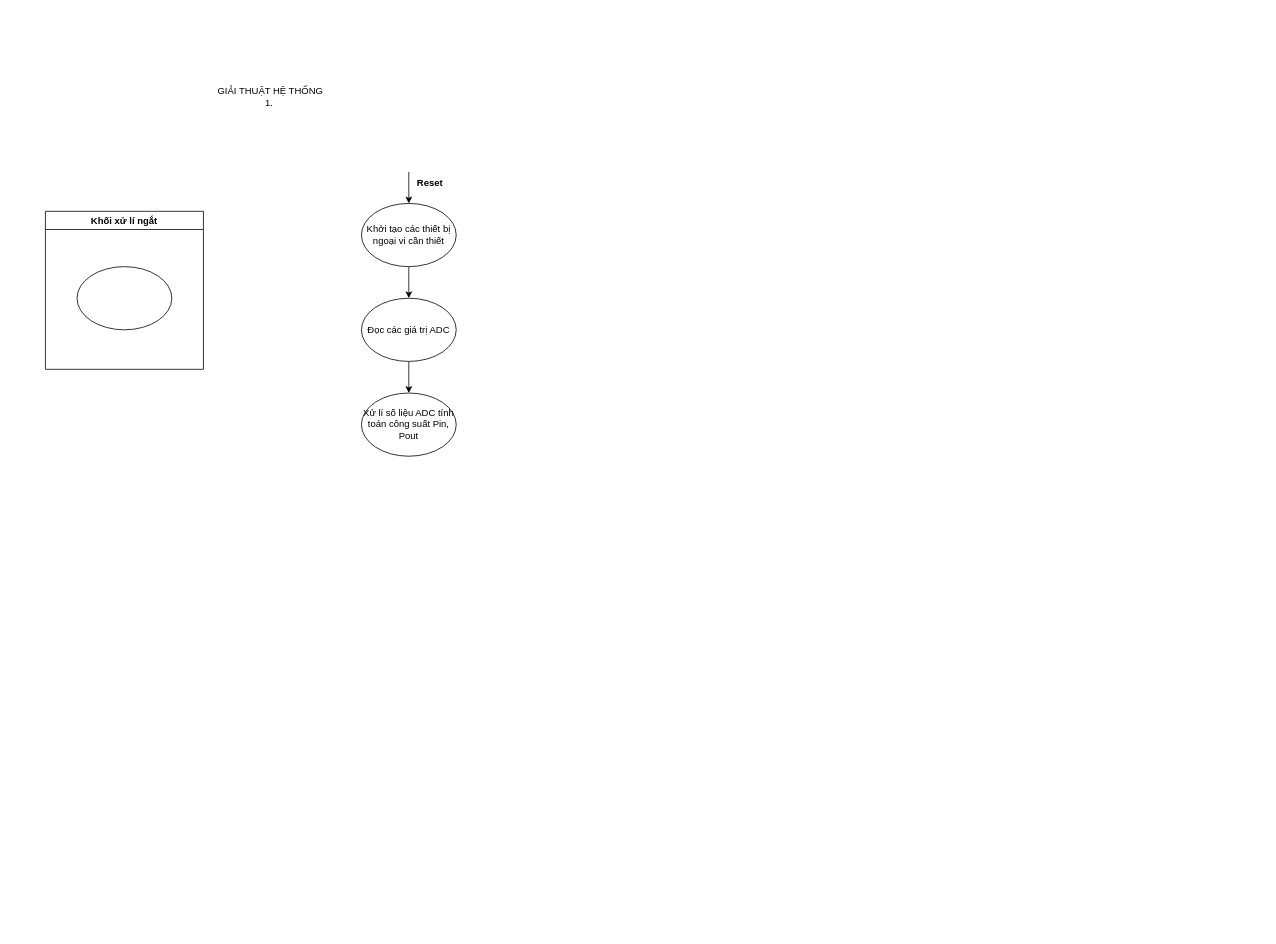
Before: project_rfs/firmware docs and API/Giải thuật MPPT.drawio in quochuymao/project232, a draw.io diagram. Source tidied: cells renumbered, new cells numbered last; positions are measured from the earlier drawing's top-left corner, leaving out a move shared by most shapes. Both pictures are drawn from the tidied source at 79%, with x=0, y=0 at pixel (45, 85).
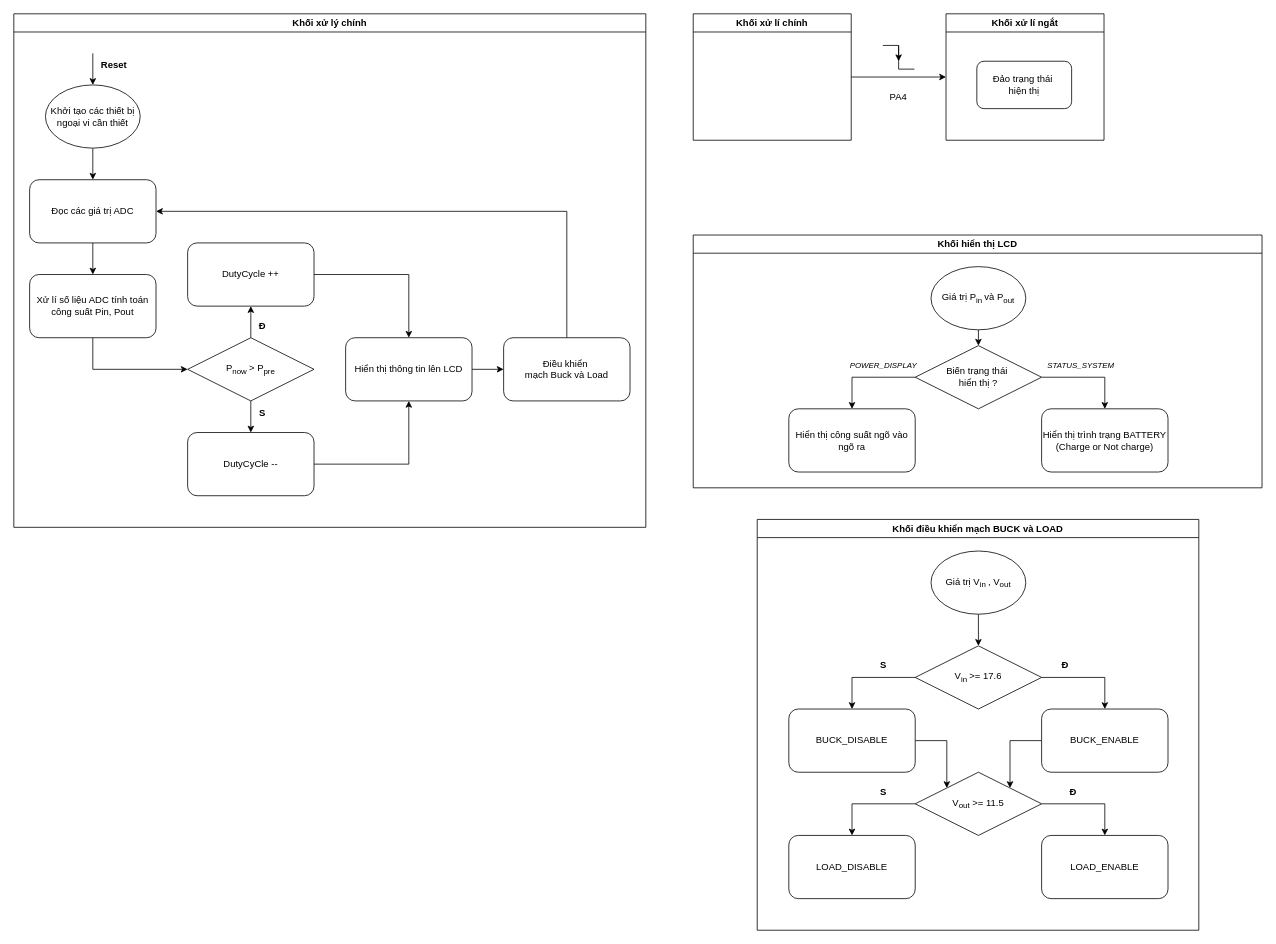
After the change.

Commit message (it also covers changes not shown here):
update flowchart for firmware

What changed in the source:
```diff
@@
-    <mxCell id="2" value="GIẢI THUẬT HỆ THỐNG&lt;div&gt;1.&amp;nbsp;&lt;/div&gt;" style="text;html=1;align=center;verticalAlign=middle;whiteSpace=wrap;rounded=0;" parent="1" vertex="1">
-      <mxGeometry x="140" width="290" height="30" as="geometry" />
-    </mxCell>
     <mxCell id="3" value="Khối xử lí ngắt" style="swimlane;whiteSpace=wrap;html=1;" parent="1" vertex="1">
-      <mxGeometry y="160" width="200" height="200" as="geometry" />
+      <mxGeometry x="1140" y="-90" width="200" height="160" as="geometry" />
     </mxCell>
-    <mxCell id="4" style="ellipse;whiteSpace=wrap;html=1;" parent="3" vertex="1">
-      <mxGeometry x="40" y="70" width="120" height="80" as="geometry" />
-    </mxCell>
+    <mxCell id="12" value="Đảo trạng thái&amp;nbsp;&lt;div&gt;hiện thị&lt;/div&gt;" style="rounded=1;whiteSpace=wrap;html=1;" parent="3" vertex="1">
+      <mxGeometry x="39" y="60" width="120" height="60" as="geometry" />
+    </mxCell>
@@
     <mxCell id="6" value="Khởi tạo các thiết bị ngoại vi cần thiết" style="ellipse;whiteSpace=wrap;html=1;" parent="1" vertex="1">
-      <mxGeometry x="400" y="150" width="120" height="80" as="geometry" />
+      <mxGeometry width="120" height="80" as="geometry" />
     </mxCell>
     <mxCell id="7" style="endArrow=classic;html=1;rounded=0;entryX=0.5;entryY=0;entryDx=0;entryDy=0;" parent="1" edge="1" target="6">
       <mxGeometry relative="1" as="geometry">
-        <mxPoint x="460" y="110" as="sourcePoint" />
+        <mxPoint x="60" y="-40" as="sourcePoint" />
       </mxGeometry>
     </mxCell>
     <mxCell id="8" value="Reset" style="text;html=1;align=center;verticalAlign=middle;whiteSpace=wrap;rounded=0;fontStyle=1;" parent="1" vertex="1">
-      <mxGeometry x="457" y="110" width="60" height="30" as="geometry" />
+      <mxGeometry x="57" y="-40" width="60" height="30" as="geometry" />
     </mxCell>
@@
-    <mxCell id="10" value="Đọc các giá trị ADC" style="ellipse;whiteSpace=wrap;html=1;" parent="1" vertex="1">
-      <mxGeometry x="400" y="270" width="120" height="80" as="geometry" />
+    <mxCell id="10" value="Đọc các giá trị ADC" style="rounded=1;whiteSpace=wrap;html=1;" parent="1" vertex="1">
+      <mxGeometry x="-20" y="120" width="160" height="80" as="geometry" />
     </mxCell>
+    <mxCell id="13" style="edgeStyle=orthogonalEdgeStyle;rounded=0;jettySize=auto;html=1;exitX=0.5;exitY=1;exitDx=0;exitDy=0;" parent="1" edge="1" source="11" target="16">
+      <mxGeometry relative="1" as="geometry" />
+    </mxCell>
-    <mxCell id="11" value="Xử lí số liệu ADC tính toán công suất Pin, Pout" style="ellipse;whiteSpace=wrap;html=1;" parent="1" vertex="1">
-      <mxGeometry x="400" y="390" width="120" height="80" as="geometry" />
+    <mxCell id="11" value="Xử lí số liệu ADC tính toán công suất Pin, Pout" style="rounded=1;whiteSpace=wrap;html=1;" parent="1" vertex="1">
+      <mxGeometry x="-20" y="240" width="160" height="80" as="geometry" />
     </mxCell>
+    <mxCell id="14" style="edgeStyle=orthogonalEdgeStyle;rounded=0;jettySize=auto;html=1;exitX=0.5;exitY=1;exitDx=0;exitDy=0;entryX=0.5;entryY=0;entryDx=0;entryDy=0;" parent="1" edge="1" source="16" target="20">
+      <mxGeometry relative="1" as="geometry" />
+    </mxCell>
+    <mxCell id="15" style="edgeStyle=orthogonalEdgeStyle;rounded=0;jettySize=auto;html=1;exitX=0.5;exitY=0;exitDx=0;exitDy=0;entryX=0.5;entryY=1;entryDx=0;entryDy=0;" parent="1" edge="1" source="16" target="18">
+      <mxGeometry relative="1" as="geometry" />
+    </mxCell>
+    <mxCell id="16" value="P&lt;sub&gt;now &lt;/sub&gt;&amp;gt; P&lt;sub&gt;pre&lt;/sub&gt;" style="rhombus;whiteSpace=wrap;html=1;" parent="1" vertex="1">
+      <mxGeometry x="180" y="320" width="160" height="80" as="geometry" />
+    </mxCell>
+    <mxCell id="17" style="edgeStyle=orthogonalEdgeStyle;rounded=0;jettySize=auto;html=1;exitX=1;exitY=0.5;exitDx=0;exitDy=0;entryX=0.5;entryY=0;entryDx=0;entryDy=0;" parent="1" edge="1" source="18" target="24">
+      <mxGeometry relative="1" as="geometry" />
+    </mxCell>
+    <mxCell id="18" value="DutyCycle ++" style="rounded=1;whiteSpace=wrap;html=1;" parent="1" vertex="1">
+      <mxGeometry x="180" y="200" width="160" height="80" as="geometry" />
+    </mxCell>
+    <mxCell id="19" style="edgeStyle=orthogonalEdgeStyle;rounded=0;jettySize=auto;html=1;exitX=1;exitY=0.5;exitDx=0;exitDy=0;entryX=0.5;entryY=1;entryDx=0;entryDy=0;" parent="1" edge="1" source="20" target="24">
+      <mxGeometry relative="1" as="geometry" />
+    </mxCell>
+    <mxCell id="20" value="DutyCyCle --" style="rounded=1;whiteSpace=wrap;html=1;" parent="1" vertex="1">
+      <mxGeometry x="180" y="440" width="160" height="80" as="geometry" />
+    </mxCell>
+    <mxCell id="21" value="Đ" style="text;html=1;align=center;verticalAlign=middle;whiteSpace=wrap;rounded=0;fontStyle=1;" parent="1" vertex="1">
+      <mxGeometry x="245" y="290" width="60" height="30" as="geometry" />
+    </mxCell>
+    <mxCell id="22" value="S" style="text;html=1;align=center;verticalAlign=middle;whiteSpace=wrap;rounded=0;fontStyle=1;" parent="1" vertex="1">
+      <mxGeometry x="245" y="400" width="60" height="30" as="geometry" />
+    </mxCell>
+    <mxCell id="23" style="edgeStyle=orthogonalEdgeStyle;rounded=0;jettySize=auto;html=1;exitX=1;exitY=0.5;exitDx=0;exitDy=0;entryX=0;entryY=0.5;entryDx=0;entryDy=0;" parent="1" edge="1" source="24" target="27">
+      <mxGeometry relative="1" as="geometry" />
+    </mxCell>
+    <mxCell id="24" value="Hiển thị thông tin lên LCD" style="rounded=1;whiteSpace=wrap;html=1;" parent="1" vertex="1">
+      <mxGeometry x="380" y="320" width="160" height="80" as="geometry" />
+    </mxCell>
+    <mxCell id="25" style="edgeStyle=orthogonalEdgeStyle;rounded=0;jettySize=auto;html=1;exitX=0.5;exitY=0;exitDx=0;exitDy=0;entryX=1;entryY=0.5;entryDx=0;entryDy=0;" parent="1" edge="1" source="27" target="10">
+      <mxGeometry relative="1" as="geometry" />
+    </mxCell>
+    <mxCell id="26" value="Khối xử lý chính" style="swimlane;whiteSpace=wrap;html=1;" parent="1" vertex="1">
+      <mxGeometry x="-40" y="-90" width="800" height="650" as="geometry" />
+    </mxCell>
+    <mxCell id="27" value="Điều khiển&amp;nbsp;&lt;div&gt;mạch Buck và Load&lt;/div&gt;" style="rounded=1;whiteSpace=wrap;html=1;" parent="26" vertex="1">
+      <mxGeometry x="620" y="410" width="160" height="80" as="geometry" />
+    </mxCell>
+    <mxCell id="28" style="group;" parent="1" vertex="1">
+      <mxGeometry x="1060" y="-50" width="40" height="30" as="geometry" />
+    </mxCell>
+    <mxCell id="29" style="endArrow=none;html=1;rounded=0;" parent="28" edge="1">
+      <mxGeometry relative="1" as="geometry">
+        <mxPoint as="sourcePoint" />
+        <mxPoint x="40" y="30" as="targetPoint" />
+        <Array as="points">
+          <mxPoint x="20" />
+          <mxPoint x="20" y="20" />
+          <mxPoint x="20" y="30" />
+        </Array>
+      </mxGeometry>
+    </mxCell>
+    <mxCell id="30" style="endArrow=classic;html=1;rounded=0;" parent="28" edge="1">
+      <mxGeometry relative="1" as="geometry">
+        <mxPoint x="20" as="sourcePoint" />
+        <mxPoint x="20" y="20" as="targetPoint" />
+      </mxGeometry>
+    </mxCell>
+    <mxCell id="31" value="PA4" style="text;html=1;align=center;verticalAlign=middle;whiteSpace=wrap;rounded=0;" parent="1" vertex="1">
+      <mxGeometry x="1050" width="60" height="30" as="geometry" />
+    </mxCell>
+    <mxCell id="32" style="edgeStyle=orthogonalEdgeStyle;rounded=0;jettySize=auto;html=1;exitX=1;exitY=0.5;exitDx=0;exitDy=0;entryX=0;entryY=0.5;entryDx=0;entryDy=0;" parent="1" edge="1" source="33" target="3">
+      <mxGeometry relative="1" as="geometry" />
+    </mxCell>
+    <mxCell id="33" value="Khối xử lí chính" style="swimlane;whiteSpace=wrap;html=1;startSize=23;" parent="1" vertex="1">
+      <mxGeometry x="820" y="-90" width="200" height="160" as="geometry" />
+    </mxCell>
+    <mxCell id="34" value="Khối hiển thị LCD" style="swimlane;whiteSpace=wrap;html=1;" parent="1" vertex="1">
+      <mxGeometry x="820" y="190" width="720" height="320" as="geometry" />
+    </mxCell>
+    <mxCell id="35" style="edgeStyle=orthogonalEdgeStyle;rounded=0;jettySize=auto;html=1;exitX=0;exitY=0.5;exitDx=0;exitDy=0;" parent="34" edge="1" source="37" target="38">
+      <mxGeometry relative="1" as="geometry" />
+    </mxCell>
+    <mxCell id="36" style="edgeStyle=orthogonalEdgeStyle;rounded=0;jettySize=auto;html=1;exitX=1;exitY=0.5;exitDx=0;exitDy=0;entryX=0.5;entryY=0;entryDx=0;entryDy=0;" parent="34" edge="1" source="37" target="39">
+      <mxGeometry relative="1" as="geometry" />
+    </mxCell>
+    <mxCell id="37" value="Biến trạng thái&amp;nbsp;&lt;div&gt;hiển thị ?&lt;/div&gt;" style="rhombus;whiteSpace=wrap;html=1;" parent="34" vertex="1">
+      <mxGeometry x="281" y="140" width="160" height="80" as="geometry" />
+    </mxCell>
+    <mxCell id="38" value="Hiển thị công suất ngõ vào ngõ ra" style="rounded=1;whiteSpace=wrap;html=1;" parent="34" vertex="1">
+      <mxGeometry x="121" y="220" width="160" height="80" as="geometry" />
+    </mxCell>
+    <mxCell id="39" value="Hiển thị trình trạng BATTERY (Charge or Not charge)" style="rounded=1;whiteSpace=wrap;html=1;" parent="34" vertex="1">
+      <mxGeometry x="441" y="220" width="160" height="80" as="geometry" />
+    </mxCell>
+    <mxCell id="40" value="&lt;i&gt;&lt;font style=&quot;font-size: 10px;&quot;&gt;POWER_DISPLAY&lt;/font&gt;&lt;/i&gt;" style="text;html=1;align=center;verticalAlign=middle;whiteSpace=wrap;rounded=0;fontColor=default;" parent="34" vertex="1">
+      <mxGeometry x="191" y="150" width="100" height="30" as="geometry" />
+    </mxCell>
+    <mxCell id="41" value="&lt;font&gt;&lt;span style=&quot;font-size: 10px;&quot;&gt;&lt;i&gt;STATUS_SYSTEM&lt;/i&gt;&lt;/span&gt;&lt;/font&gt;" style="text;html=1;align=center;verticalAlign=middle;whiteSpace=wrap;rounded=0;fontColor=default;" parent="34" vertex="1">
+      <mxGeometry x="441" y="150" width="100" height="30" as="geometry" />
+    </mxCell>
+    <mxCell id="42" style="edgeStyle=orthogonalEdgeStyle;rounded=0;jettySize=auto;html=1;exitX=0.5;exitY=1;exitDx=0;exitDy=0;entryX=0.5;entryY=0;entryDx=0;entryDy=0;" parent="34" edge="1" source="43" target="37">
+      <mxGeometry relative="1" as="geometry" />
+    </mxCell>
+    <mxCell id="43" value="Giá trị P&lt;sub&gt;in &lt;/sub&gt;và P&lt;sub&gt;out&lt;/sub&gt;" style="ellipse;whiteSpace=wrap;html=1;" parent="34" vertex="1">
+      <mxGeometry x="301" y="40" width="120" height="80" as="geometry" />
+    </mxCell>
+    <mxCell id="44" style="edgeStyle=orthogonalEdgeStyle;rounded=0;jettySize=auto;html=1;exitX=0.5;exitY=1;exitDx=0;exitDy=0;" parent="1" edge="1" source="45" target="48">
+      <mxGeometry relative="1" as="geometry" />
+    </mxCell>
+    <mxCell id="45" value="Giá trị V&lt;sub&gt;in &lt;/sub&gt;, V&lt;sub&gt;out&lt;/sub&gt;" style="ellipse;whiteSpace=wrap;html=1;" parent="1" vertex="1">
+      <mxGeometry x="1121" y="590" width="120" height="80" as="geometry" />
+    </mxCell>
+    <mxCell id="46" style="edgeStyle=orthogonalEdgeStyle;rounded=0;jettySize=auto;html=1;exitX=0;exitY=0.5;exitDx=0;exitDy=0;entryX=0.5;entryY=0;entryDx=0;entryDy=0;" parent="1" edge="1" source="48" target="50">
+      <mxGeometry relative="1" as="geometry" />
+    </mxCell>
+    <mxCell id="47" style="edgeStyle=orthogonalEdgeStyle;rounded=0;jettySize=auto;html=1;exitX=1;exitY=0.5;exitDx=0;exitDy=0;entryX=0.5;entryY=0;entryDx=0;entryDy=0;" parent="1" edge="1" source="48" target="52">
+      <mxGeometry relative="1" as="geometry" />
+    </mxCell>
+    <mxCell id="48" value="V&lt;sub&gt;in &lt;/sub&gt;&amp;gt;= 17.6" style="rhombus;whiteSpace=wrap;html=1;" parent="1" vertex="1">
+      <mxGeometry x="1101" y="710" width="160" height="80" as="geometry" />
+    </mxCell>
+    <mxCell id="49" style="edgeStyle=orthogonalEdgeStyle;rounded=0;jettySize=auto;html=1;exitX=1;exitY=0.5;exitDx=0;exitDy=0;entryX=0;entryY=0;entryDx=0;entryDy=0;" parent="1" edge="1" source="50" target="55">
+      <mxGeometry relative="1" as="geometry" />
+    </mxCell>
+    <mxCell id="50" value="BUCK_DISABLE" style="rounded=1;whiteSpace=wrap;html=1;" parent="1" vertex="1">
+      <mxGeometry x="941" y="790" width="160" height="80" as="geometry" />
+    </mxCell>
+    <mxCell id="51" style="edgeStyle=orthogonalEdgeStyle;rounded=0;jettySize=auto;html=1;exitX=0;exitY=0.5;exitDx=0;exitDy=0;entryX=1;entryY=0;entryDx=0;entryDy=0;" parent="1" edge="1" source="52" target="55">
+      <mxGeometry relative="1" as="geometry" />
+    </mxCell>
+    <mxCell id="52" value="BUCK_ENABLE" style="rounded=1;whiteSpace=wrap;html=1;" parent="1" vertex="1">
+      <mxGeometry x="1261" y="790" width="160" height="80" as="geometry" />
+    </mxCell>
+    <mxCell id="53" style="edgeStyle=orthogonalEdgeStyle;rounded=0;jettySize=auto;html=1;exitX=0;exitY=0.5;exitDx=0;exitDy=0;entryX=0.5;entryY=0;entryDx=0;entryDy=0;" parent="1" edge="1" source="55" target="56">
+      <mxGeometry relative="1" as="geometry" />
+    </mxCell>
+    <mxCell id="54" style="edgeStyle=orthogonalEdgeStyle;rounded=0;jettySize=auto;html=1;exitX=1;exitY=0.5;exitDx=0;exitDy=0;entryX=0.5;entryY=0;entryDx=0;entryDy=0;" parent="1" edge="1" source="55" target="57">
+      <mxGeometry relative="1" as="geometry" />
+    </mxCell>
+    <mxCell id="55" value="V&lt;sub&gt;out&lt;/sub&gt; &amp;gt;= 11.5" style="rhombus;whiteSpace=wrap;html=1;" parent="1" vertex="1">
+      <mxGeometry x="1101" y="870" width="160" height="80" as="geometry" />
+    </mxCell>
+    <mxCell id="56" value="LOAD_DISABLE" style="rounded=1;whiteSpace=wrap;html=1;" parent="1" vertex="1">
+      <mxGeometry x="941" y="950" width="160" height="80" as="geometry" />
+    </mxCell>
+    <mxCell id="57" value="LOAD_ENABLE" style="rounded=1;whiteSpace=wrap;html=1;" parent="1" vertex="1">
+      <mxGeometry x="1261" y="950" width="160" height="80" as="geometry" />
+    </mxCell>
+    <mxCell id="58" value="Đ" style="text;html=1;align=center;verticalAlign=middle;whiteSpace=wrap;rounded=0;fontStyle=1;" parent="1" vertex="1">
+      <mxGeometry x="1261" y="720" width="60" height="30" as="geometry" />
+    </mxCell>
+    <mxCell id="59" value="Đ" style="text;html=1;align=center;verticalAlign=middle;whiteSpace=wrap;rounded=0;fontStyle=1;" parent="1" vertex="1">
+      <mxGeometry x="1271" y="880" width="60" height="30" as="geometry" />
+    </mxCell>
+    <mxCell id="60" value="S" style="text;html=1;align=center;verticalAlign=middle;whiteSpace=wrap;rounded=0;fontStyle=1;" parent="1" vertex="1">
+      <mxGeometry x="1031" y="720" width="60" height="30" as="geometry" />
+    </mxCell>
+    <mxCell id="61" value="S" style="text;html=1;align=center;verticalAlign=middle;whiteSpace=wrap;rounded=0;fontStyle=1;" parent="1" vertex="1">
+      <mxGeometry x="1031" y="880" width="60" height="30" as="geometry" />
+    </mxCell>
+    <mxCell id="62" value="Khối điều khiển mạch BUCK và LOAD" style="swimlane;whiteSpace=wrap;html=1;" parent="1" vertex="1">
+      <mxGeometry x="901" y="550" width="559" height="520" as="geometry" />
+    </mxCell>
```
